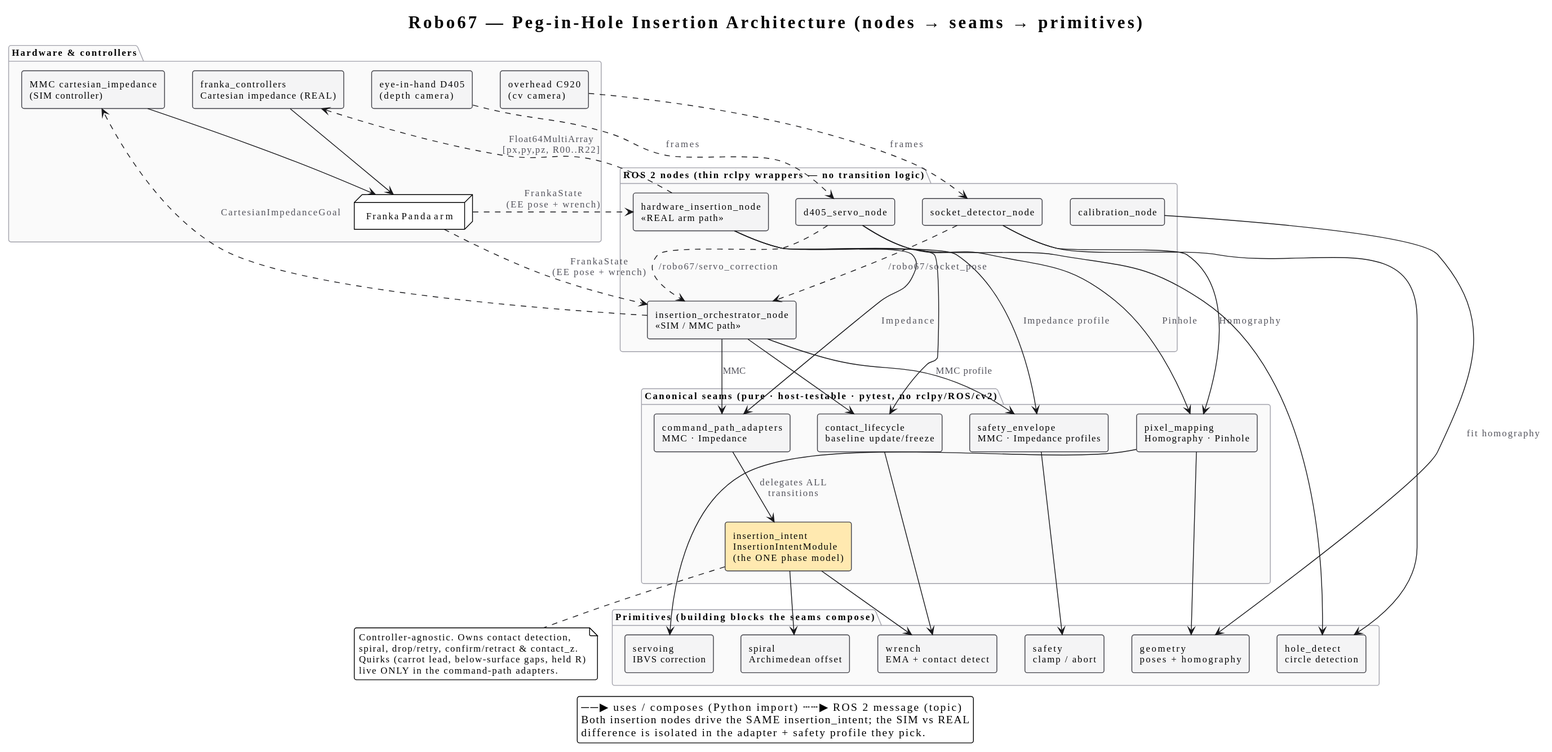
Above: docs/architecture/diagrams/peg_in_hole_architecture.svg in M4RKUS28/Robo67 (PlantUML), before the change.
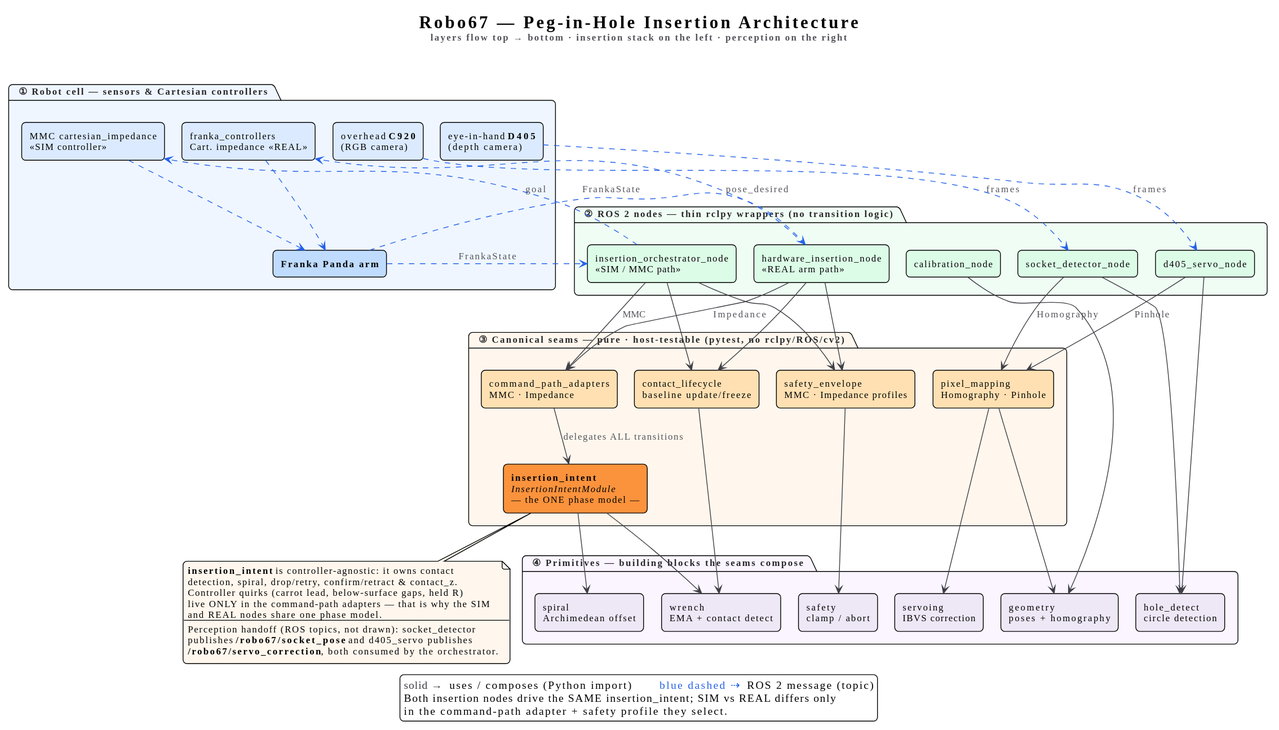
The same file after the commit.

Commit message:
docs(robo67): redesign architecture diagram — layered + colour-coded

Four numbered colour bands (robot cell / ROS nodes / canonical seams /
primitives), insertion_intent highlighted as the core phase model, single-row
node layer, downward-flowing composition arrows vs blue dashed ROS topics.

Generated with [Devin](https://devin.ai)

Diff of the diagram source:
```diff
@@ -2,93 +2,116 @@
 !theme plain
 skinparam backgroundColor #FFFFFF
 skinparam shadowing false
-skinparam roundCorner 6
+skinparam roundCorner 10
 skinparam defaultFontName "Inter, Helvetica, Arial, sans-serif"
 skinparam defaultFontSize 12
-skinparam ArrowColor #18181B
+skinparam componentStyle rectangle
+skinparam nodesep 22
+skinparam ranksep 55
+skinparam ArrowColor #3F3F46
+skinparam ArrowThickness 1
 skinparam ArrowFontColor #52525B
-skinparam componentStyle rectangle
-skinparam ComponentBorderColor #3F3F46
-skinparam ComponentBackgroundColor #F4F4F5
-skinparam PackageBorderColor #A1A1AA
-skinparam PackageBackgroundColor #FAFAFA
+skinparam PackageFontStyle bold
+skinparam PackageFontColor #27272A
+skinparam PackageTitleAlignment left
 
-title Robo67 — Peg-in-Hole Insertion Architecture (nodes → seams → primitives)
+title Robo67 — Peg-in-Hole Insertion Architecture\n<size:12><color:#52525B>layers flow top → bottom · insertion stack on the left · perception on the right</color></size>
 
-package "Hardware & controllers" {
-  node "Franka Panda arm" as ARM
-  component "overhead C920\n(cv camera)" as C920
-  component "eye-in-hand D405\n(depth camera)" as D405
-  component "MMC cartesian_impedance\n(SIM controller)" as MMC
-  component "franka_controllers\nCartesian impedance (REAL)" as FCTRL
+package "  ① Robot cell — sensors & Cartesian controllers  " as L0 #EFF6FF {
+  component "overhead **C920**\n(RGB camera)"            as C920  #DBEAFE
+  component "eye-in-hand **D405**\n(depth camera)"        as D405  #DBEAFE
+  component "MMC cartesian_impedance\n«SIM controller»"   as MMC   #DBEAFE
+  component "franka_controllers\nCart. impedance «REAL»"  as FCTRL #DBEAFE
+  component "**Franka Panda arm**"                        as ARM   #BFDBFE
 }
 
-package "ROS 2 nodes  (thin rclpy wrappers — no transition logic)" {
-  component "socket_detector_node" as NDET
-  component "d405_servo_node" as NSERVO
-  component "insertion_orchestrator_node\n«SIM / MMC path»" as NORCH
-  component "hardware_insertion_node\n«REAL arm path»" as NHW
-  component "calibration_node" as NCAL
+package "  ② ROS 2 nodes — thin rclpy wrappers (no transition logic)  " as L1 #F0FDF4 {
+  component "socket_detector_node"                        as NDET   #DCFCE7
+  component "d405_servo_node"                             as NSERVO #DCFCE7
+  component "insertion_orchestrator_node\n«SIM / MMC path»"   as NORCH #DCFCE7
+  component "hardware_insertion_node\n«REAL arm path»"        as NHW   #DCFCE7
+  component "calibration_node"                            as NCAL   #DCFCE7
 }
 
-package "Canonical seams  (pure · host-testable · pytest, no rclpy/ROS/cv2)" {
-  component "insertion_intent\nInsertionIntentModule\n(the ONE phase model)" as INTENT #FFE9B0
-  component "command_path_adapters\nMMC · Impedance" as ADAPT
-  component "contact_lifecycle\nbaseline update/freeze" as CLIFE
-  component "safety_envelope\nMMC · Impedance profiles" as SENV
-  component "pixel_mapping\nHomography · Pinhole" as PMAP
+package "  ③ Canonical seams — pure · host-testable (pytest, no rclpy/ROS/cv2)  " as L2 #FFF7ED {
+  component "pixel_mapping\nHomography · Pinhole"         as PMAP  #FFE0B2
+  component "command_path_adapters\nMMC · Impedance"      as ADAPT #FFE0B2
+  component "contact_lifecycle\nbaseline update/freeze"   as CLIFE #FFE0B2
+  component "safety_envelope\nMMC · Impedance profiles"   as SENV  #FFE0B2
+  component "**insertion_intent**\n//InsertionIntentModule//\n— the ONE phase model —" as INTENT #FB923C
 }
 
-package "Primitives  (building blocks the seams compose)" {
-  component "wrench\nEMA + contact detect" as WRENCH
-  component "spiral\nArchimedean offset" as SPIRAL
-  component "safety\nclamp / abort" as SAFE
-  component "geometry\nposes + homography" as GEOM
-  component "servoing\nIBVS correction" as SERVO
-  component "hole_detect\ncircle detection" as HOLE
+package "  ④ Primitives — building blocks the seams compose  " as L3 #FAF5FF {
+  component "hole_detect\ncircle detection"   as HOLE   #EDE7F6
+  component "servoing\nIBVS correction"       as SERVO  #EDE7F6
+  component "geometry\nposes + homography"    as GEOM   #EDE7F6
+  component "spiral\nArchimedean offset"      as SPIRAL #EDE7F6
+  component "wrench\nEMA + contact detect"    as WRENCH #EDE7F6
+  component "safety\nclamp / abort"           as SAFE   #EDE7F6
 }
 
-NDET    --> HOLE
-NDET    --> PMAP   : Homography
-NSERVO  --> HOLE
-NSERVO  --> PMAP   : Pinhole
-NORCH   --> ADAPT  : MMC
-NORCH   --> CLIFE
-NORCH   --> SENV   : MMC profile
-NHW     --> ADAPT  : Impedance
-NHW     --> CLIFE
-NHW     --> SENV   : Impedance profile
-NCAL    --> GEOM   : fit homography
+C920 -[hidden]right- D405
+D405 -[hidden]right- MMC
+MMC -[hidden]right- FCTRL
+FCTRL -[hidden]right- ARM
+NDET -[hidden]right- NSERVO
+NSERVO -[hidden]right- NORCH
+NORCH -[hidden]right- NHW
+NHW -[hidden]right- NCAL
+PMAP -[hidden]right- ADAPT
+ADAPT -[hidden]right- CLIFE
+CLIFE -[hidden]right- SENV
+HOLE -[hidden]right- SERVO
+SERVO -[hidden]right- GEOM
+GEOM -[hidden]right- SPIRAL
+SPIRAL -[hidden]right- WRENCH
+WRENCH -[hidden]right- SAFE
 
-ADAPT   --> INTENT : delegates ALL\ntransitions
-INTENT  --> SPIRAL
-INTENT  --> WRENCH
-CLIFE   --> WRENCH
-SENV    --> SAFE
-PMAP    --> GEOM
-PMAP    --> SERVO
+NDET   --> PMAP   : Homography
+NDET   --> HOLE
+NSERVO --> PMAP   : Pinhole
+NSERVO --> HOLE
+NORCH  --> ADAPT  : MMC
+NHW    --> ADAPT  : Impedance
+NORCH  --> CLIFE
+NHW    --> CLIFE
+NORCH  --> SENV
+NHW    --> SENV
+NCAL   --> GEOM
 
-C920   ..>  NDET   : frames
-D405   ..>  NSERVO : frames
-NDET   ..>  NORCH  : /robo67/socket_pose
-NSERVO ..>  NORCH  : /robo67/servo_correction
-NORCH  ..>  MMC    : CartesianImpedanceGoal
-NHW    ..>  FCTRL  : Float64MultiArray\n[px,py,pz, R00..R22]
-MMC    -->  ARM
-FCTRL  -->  ARM
-ARM    ..>  NORCH  : FrankaState\n(EE pose + wrench)
-ARM    ..>  NHW    : FrankaState\n(EE pose + wrench)
+ADAPT  --> INTENT : delegates ALL transitions
+INTENT --> SPIRAL
+INTENT --> WRENCH
+CLIFE  --> WRENCH
+SENV   --> SAFE
+PMAP   --> GEOM
+PMAP   --> SERVO
 
-note bottom of INTENT
-  Controller-agnostic. Owns contact detection,
-  spiral, drop/retry, confirm/retract & contact_z.
-  Quirks (carrot lead, below-surface gaps, held R)
-  live ONLY in the command-path adapters.
+C920  .[#2563EB].>  NDET   : frames
+D405  .[#2563EB].>  NSERVO : frames
+NORCH .[#2563EB].>  MMC    : goal
+NHW   .[#2563EB].>  FCTRL  : pose_desired
+MMC   .[#2563EB].>  ARM
+FCTRL .[#2563EB].>  ARM
+ARM   .[#2563EB].>  NORCH  : FrankaState
+ARM   .[#2563EB].>  NHW    : FrankaState
+
+note as N1 #FFF7ED
+  **insertion_intent** is controller-agnostic: it owns contact
+  detection, spiral, drop/retry, confirm/retract & contact_z.
+  Controller quirks (carrot lead, below-surface gaps, held R)
+  live ONLY in the command-path adapters — that is why the SIM
+  and REAL nodes share one phase model.
+  ----
+  Perception handoff (ROS topics, not drawn): socket_detector
+  publishes **/robo67/socket_pose** and d405_servo publishes
+  **/robo67/servo_correction**, both consumed by the orchestrator.
 end note
+INTENT .. N1
 
 legend bottom
-  ──▶ uses / composes (Python import)      ┄┄▶ ROS 2 message (topic)
-  Both insertion nodes drive the SAME insertion_intent; the SIM vs REAL
-  difference is isolated in the adapter + safety profile they pick.
+  <color:#3F3F46>solid →</color>  uses / composes (Python import)        <color:#2563EB>blue dashed ⇢</color>  ROS 2 message (topic)
+  Both insertion nodes drive the SAME insertion_intent; SIM vs REAL differs only
+  in the command-path adapter + safety profile they select.
 endlegend
 @enduml
```
